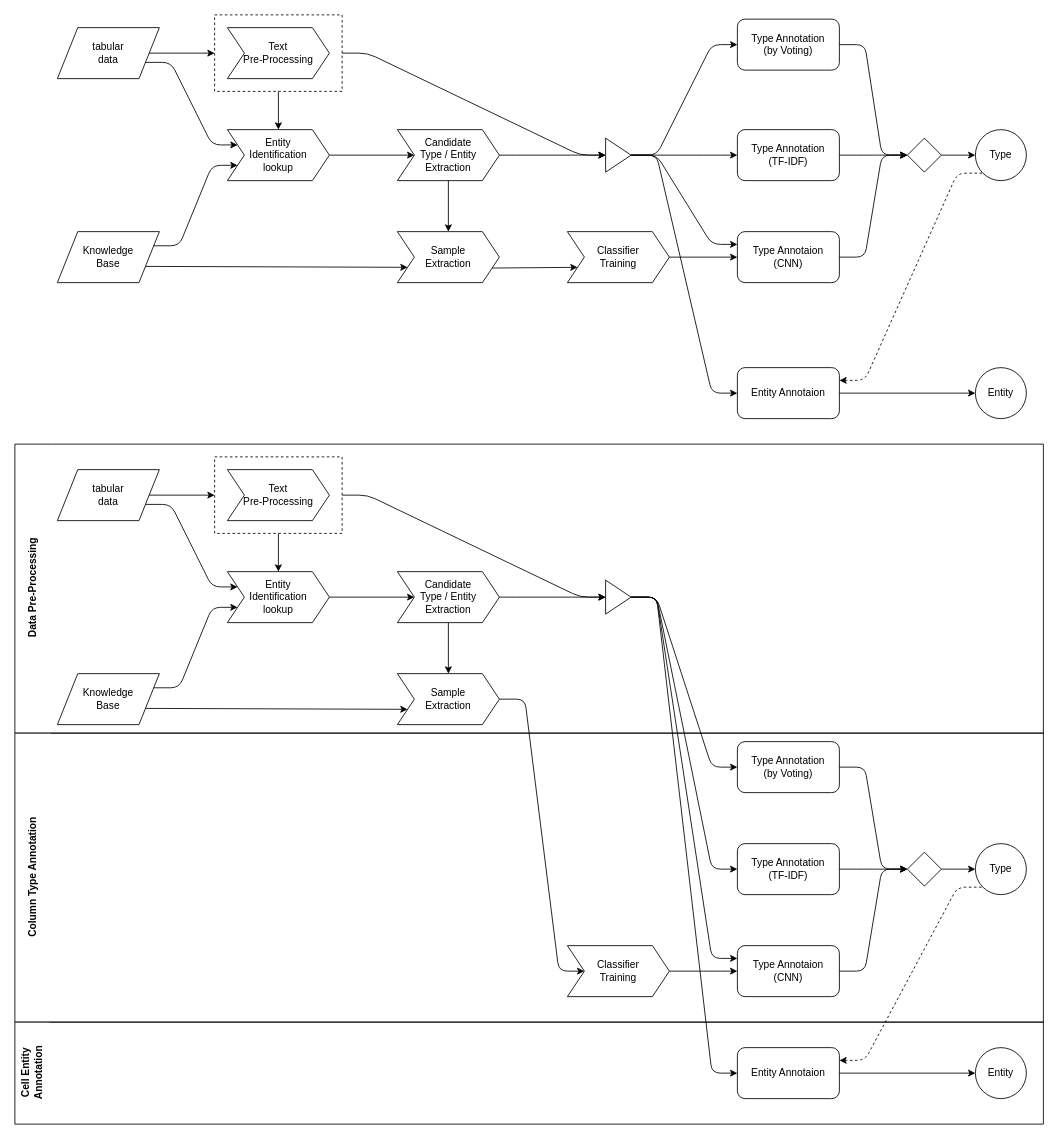
Above: page "Page-2" (2 of 4) of report/Report.drawio in zdetor54/nov-city-ms-project (draw.io), before the change. Source tidied: cells renumbered, new cells numbered last; positions are measured from the earlier drawing's top-left corner, leaving out a move shared by most shapes. Both pictures are drawn from the tidied source at 85%, with x=0, y=0 at pixel (14, 14).
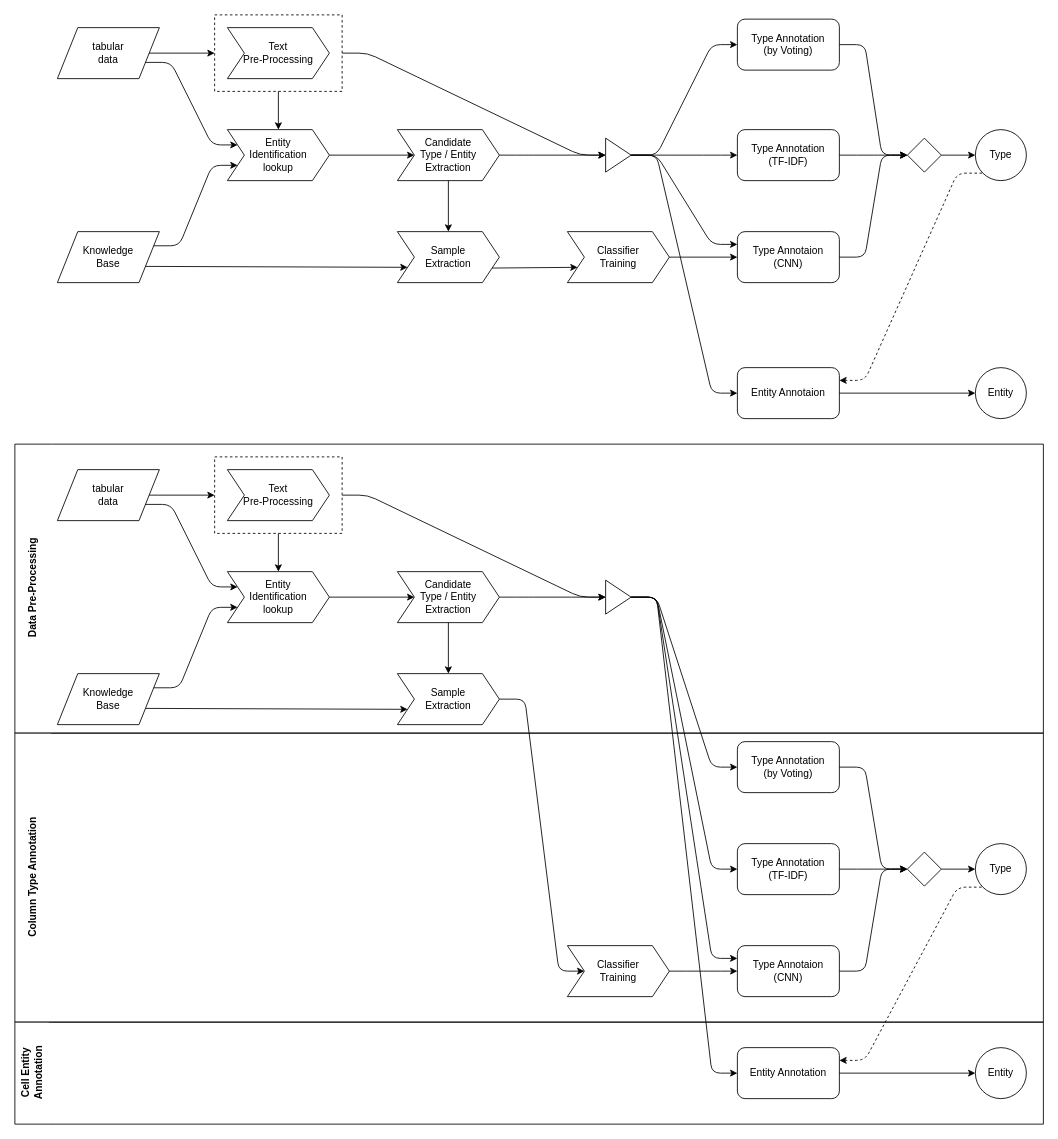
The same page after the edit.

Diff of the diagram source:
```diff
@@
-    <mxCell id="71" value="Entity Annotaion" style="rounded=1;whiteSpace=wrap;html=1;" parent="1" vertex="1">
+    <mxCell id="71" value="Entity Annotation" style="rounded=1;whiteSpace=wrap;html=1;" parent="1" vertex="1">
       <mxGeometry x="850" y="1215" width="120" height="60" as="geometry" />
     </mxCell>
```
